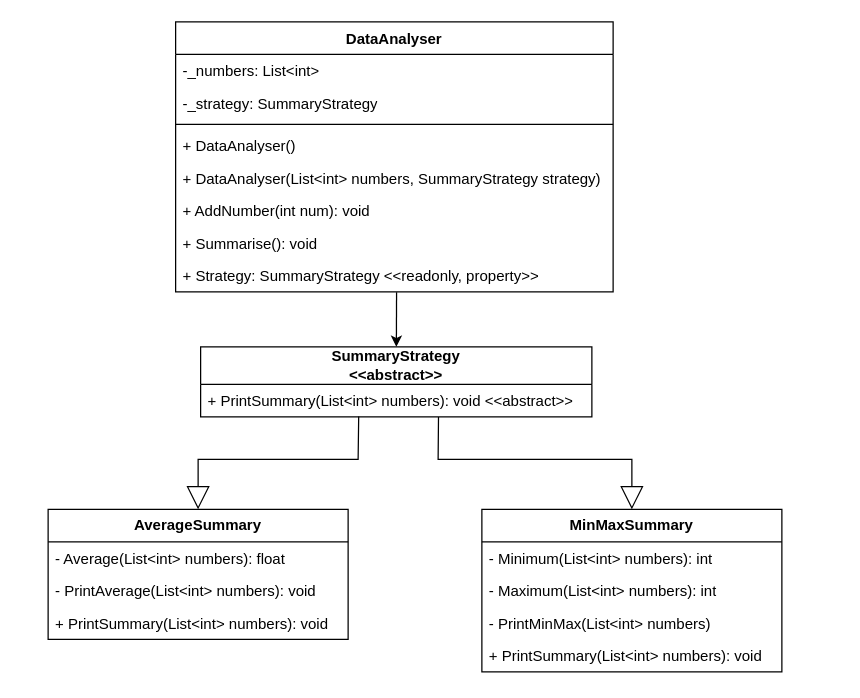
The draw.io diagram T1 Semester Test/UML diagram renewed.drawio in marsh826/SwinburneCOS20007, before the edit. Source tidied: cells renumbered, new cells numbered last; positions are measured from the earlier drawing's top-left corner, leaving out a move shared by most shapes. Both pictures are drawn from the tidied source at 125%, with x=0, y=0 at pixel (48, 21).
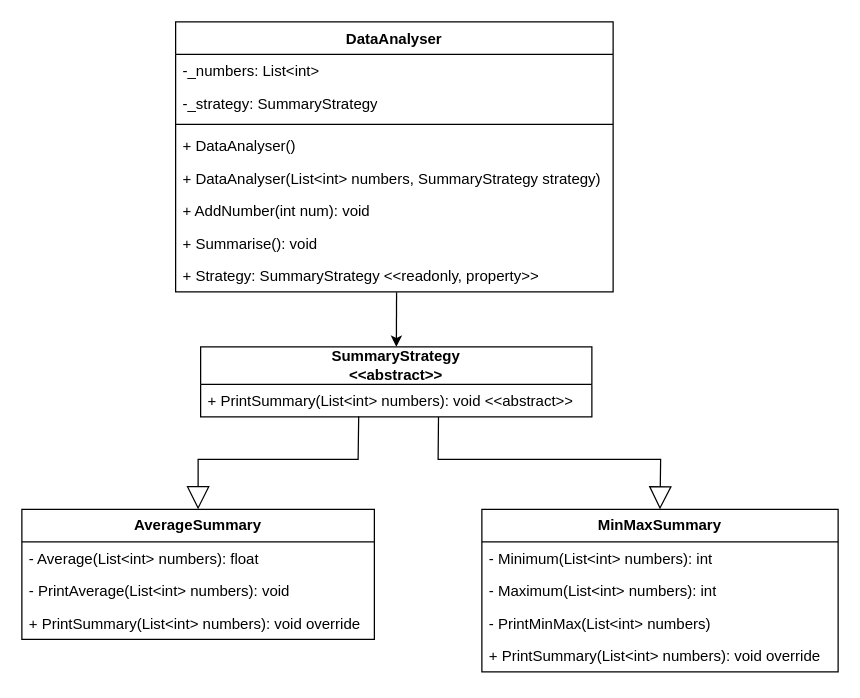
The same diagram, later.

The change refers to these unchanged cells:
```xml
<mxCell id="12" value="+ PrintSummary(List&amp;lt;int&amp;gt; numbers): void &amp;lt;&amp;lt;abstract&amp;gt;&amp;gt;" style="text;strokeColor=none;fillColor=none;align=left;verticalAlign=top;spacingLeft=4;spacingRight=4;overflow=hidden;points=[[0,0.5],[1,0.5]];portConstraint=eastwest;whiteSpace=wrap;html=1;" parent="11" vertex="1">
  <mxGeometry y="30" width="313" height="26" as="geometry" />
</mxCell>
```

Diff of the diagram source:
```diff
@@
     <mxCell id="14" value="&lt;b&gt;AverageSummary&lt;/b&gt;" style="swimlane;fontStyle=0;horizontal=1;startSize=26;fillColor=none;whiteSpace=wrap;html=1;" parent="1" vertex="1">
-      <mxGeometry y="390" width="240" height="104" as="geometry" />
+      <mxGeometry x="-21" y="390" width="282" height="104" as="geometry" />
     </mxCell>
     <mxCell id="15" value="- Average(List&amp;lt;int&amp;gt; numbers): float" style="text;strokeColor=none;fillColor=none;align=left;verticalAlign=top;spacingLeft=4;spacingRight=4;overflow=hidden;whiteSpace=wrap;html=1;" parent="14" vertex="1">
-      <mxGeometry y="26" width="240" height="26" as="geometry" />
+      <mxGeometry y="26" width="282" height="26" as="geometry" />
     </mxCell>
     <mxCell id="16" value="- PrintAverage(List&amp;lt;int&amp;gt; numbers): void" style="text;strokeColor=none;fillColor=none;align=left;verticalAlign=top;spacingLeft=4;spacingRight=4;overflow=hidden;whiteSpace=wrap;html=1;" parent="14" vertex="1">
-      <mxGeometry y="52" width="240" height="26" as="geometry" />
+      <mxGeometry y="52" width="282" height="26" as="geometry" />
     </mxCell>
-    <mxCell id="17" value="+ PrintSummary(List&amp;lt;int&amp;gt; numbers): void&amp;nbsp;" style="text;strokeColor=none;fillColor=none;align=left;verticalAlign=top;spacingLeft=4;spacingRight=4;overflow=hidden;whiteSpace=wrap;html=1;" parent="14" vertex="1">
-      <mxGeometry y="78" width="240" height="26" as="geometry" />
+    <mxCell id="17" value="+ PrintSummary(List&amp;lt;int&amp;gt; numbers): void override" style="text;strokeColor=none;fillColor=none;align=left;verticalAlign=top;spacingLeft=4;spacingRight=4;overflow=hidden;whiteSpace=wrap;html=1;" parent="14" vertex="1">
+      <mxGeometry y="78" width="282" height="26" as="geometry" />
     </mxCell>
     <mxCell id="18" value="&lt;b&gt;MinMaxSummary&lt;/b&gt;" style="swimlane;fontStyle=0;horizontal=1;startSize=26;fillColor=none;whiteSpace=wrap;html=1;" parent="1" vertex="1">
-      <mxGeometry x="347" y="390" width="240" height="130" as="geometry" />
+      <mxGeometry x="347" y="390" width="285" height="130" as="geometry" />
     </mxCell>
     <mxCell id="19" value="- Minimum(List&amp;lt;int&amp;gt; numbers): int" style="text;strokeColor=none;fillColor=none;align=left;verticalAlign=top;spacingLeft=4;spacingRight=4;overflow=hidden;whiteSpace=wrap;html=1;" parent="18" vertex="1">
-      <mxGeometry y="26" width="240" height="26" as="geometry" />
+      <mxGeometry y="26" width="285" height="26" as="geometry" />
     </mxCell>
     <mxCell id="20" value="- Maximum(List&amp;lt;int&amp;gt; numbers): int" style="text;strokeColor=none;fillColor=none;align=left;verticalAlign=top;spacingLeft=4;spacingRight=4;overflow=hidden;whiteSpace=wrap;html=1;" parent="18" vertex="1">
-      <mxGeometry y="52" width="240" height="26" as="geometry" />
+      <mxGeometry y="52" width="285" height="26" as="geometry" />
     </mxCell>
     <mxCell id="21" value="- PrintMinMax(List&amp;lt;int&amp;gt; numbers)" style="text;strokeColor=none;fillColor=none;align=left;verticalAlign=top;spacingLeft=4;spacingRight=4;overflow=hidden;whiteSpace=wrap;html=1;" parent="18" vertex="1">
-      <mxGeometry y="78" width="240" height="26" as="geometry" />
+      <mxGeometry y="78" width="285" height="26" as="geometry" />
     </mxCell>
-    <mxCell id="22" value="+ PrintSummary(List&amp;lt;int&amp;gt; numbers): void&amp;nbsp;" style="text;strokeColor=none;fillColor=none;align=left;verticalAlign=top;spacingLeft=4;spacingRight=4;overflow=hidden;whiteSpace=wrap;html=1;" parent="18" vertex="1">
-      <mxGeometry y="104" width="240" height="26" as="geometry" />
+    <mxCell id="22" value="+ PrintSummary(List&amp;lt;int&amp;gt; numbers): void override&amp;nbsp;" style="text;strokeColor=none;fillColor=none;align=left;verticalAlign=top;spacingLeft=4;spacingRight=4;overflow=hidden;whiteSpace=wrap;html=1;" parent="18" vertex="1">
+      <mxGeometry y="104" width="285" height="26" as="geometry" />
     </mxCell>
@@
     <mxCell id="24" style="endArrow=block;endSize=16;endFill=0;html=1;rounded=0;entryX=0.5;entryY=0;entryDx=0;entryDy=0;exitX=0.608;exitY=1.006;exitDx=0;exitDy=0;exitPerimeter=0;" parent="1" edge="1" source="12" target="18">
       <mxGeometry relative="1" as="geometry">
         <Array as="points">
           <mxPoint x="312" y="350" />
-          <mxPoint x="467" y="350" />
+          <mxPoint x="490" y="350" />
         </Array>
       </mxGeometry>
     </mxCell>
```
